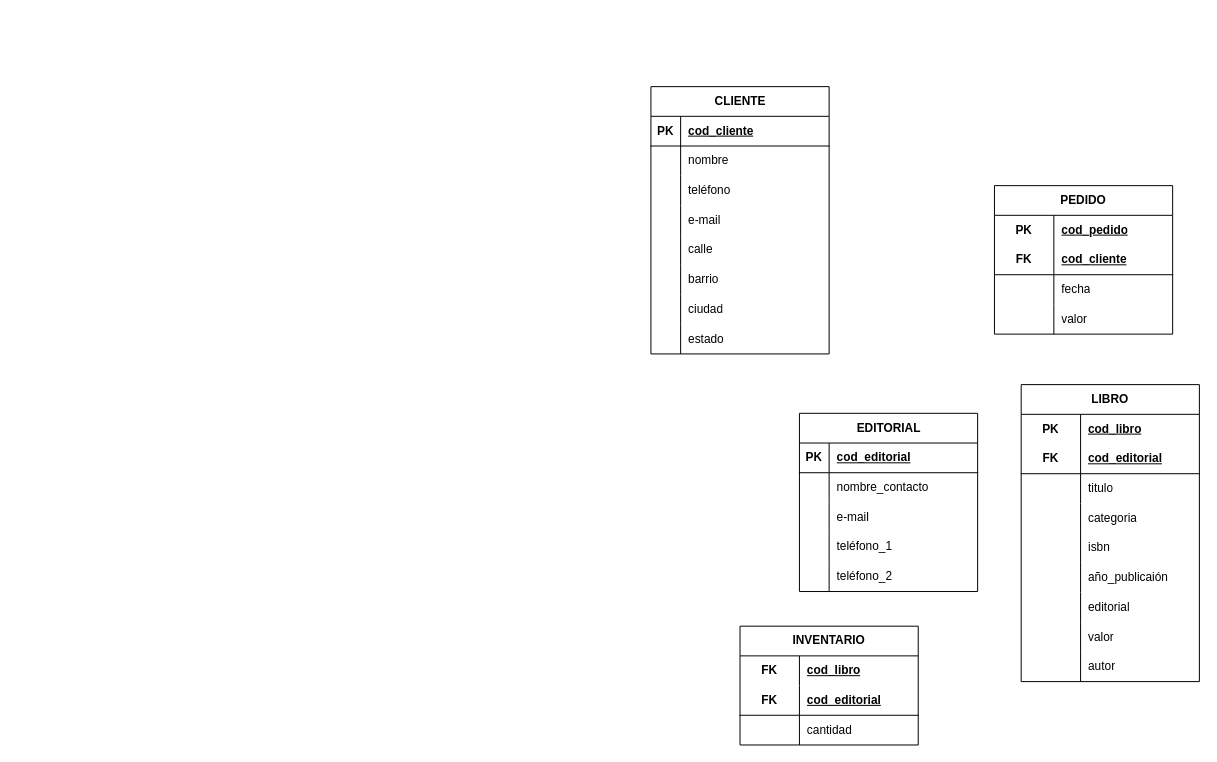
The draw.io diagram modelo_lógico.drawio in valerojuan18/pythonForDataScience, before the edit. Source tidied: cells renumbered, new cells numbered last; positions are measured from the earlier drawing's top-left corner, leaving out a move shared by most shapes. Both pictures are drawn from the tidied source at 99%, with x=0, y=0 at pixel (650, 86).
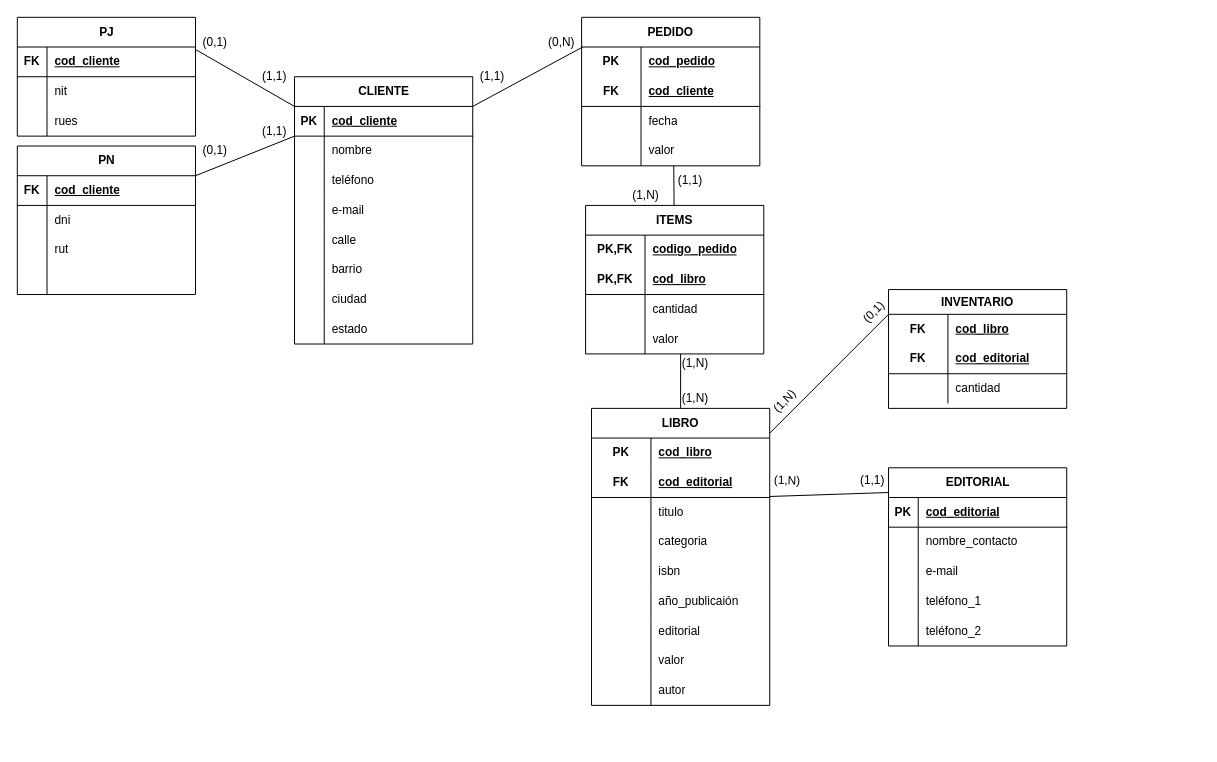
After the change.

The change refers to these unchanged cells:
```xml
<mxCell id="3" style="shape=tableRow;horizontal=0;startSize=0;swimlaneHead=0;swimlaneBody=0;fillColor=none;points=[[0,0.5],[1,0.5]];portConstraint=eastwest;top=0;left=0;right=0;bottom=1;" parent="2" vertex="1">
  <mxGeometry y="30" width="180" height="30" as="geometry" />
</mxCell>
<mxCell id="44" style="shape=tableRow;horizontal=0;startSize=0;swimlaneHead=0;swimlaneBody=0;fillColor=none;points=[[0,0.5],[1,0.5]];portConstraint=eastwest;top=0;left=0;right=0;bottom=0;html=1;" parent="43" vertex="1">
  <mxGeometry y="30" width="180" height="30" as="geometry" />
</mxCell>
<mxCell id="53" style="shape=tableRow;horizontal=0;startSize=0;swimlaneHead=0;swimlaneBody=0;fillColor=none;points=[[0,0.5],[1,0.5]];portConstraint=eastwest;top=0;left=0;right=0;bottom=0;html=1;" parent="43" vertex="1">
  <mxGeometry y="120" width="180" height="30" as="geometry" />
</mxCell>
```

Change to the diagram source:
```diff
@@
     <mxCell id="2" value="CLIENTE" style="shape=table;startSize=30;childLayout=tableLayout;rowLines=0;fontStyle=1;align=center;html=1;" parent="1" vertex="1">
-      <mxGeometry width="180" height="270" as="geometry" />
+      <mxGeometry x="-360" y="-10" width="180" height="270" as="geometry" />
     </mxCell>
@@
     <mxCell id="27" value="EDITORIAL" style="shape=table;startSize=30;childLayout=tableLayout;rowLines=0;fontStyle=1;align=center;html=1;" parent="1" vertex="1">
-      <mxGeometry x="150" y="330" width="180" height="180" as="geometry" />
+      <mxGeometry x="240" y="385" width="180" height="180" as="geometry" />
     </mxCell>
@@
     <mxCell id="43" value="PEDIDO" style="shape=table;startSize=30;childLayout=tableLayout;rowLines=0;fontStyle=1;align=center;html=1;whiteSpace=wrap;" parent="1" vertex="1">
-      <mxGeometry x="347" y="100" width="180" height="150" as="geometry" />
+      <mxGeometry x="-70" y="-70" width="180" height="150" as="geometry" />
     </mxCell>
@@
     <mxCell id="56" value="LIBRO" style="shape=table;startSize=30;childLayout=tableLayout;rowLines=0;fontStyle=1;align=center;html=1;whiteSpace=wrap;" parent="1" vertex="1">
-      <mxGeometry x="374" y="301" width="180" height="300" as="geometry" />
+      <mxGeometry x="-60" y="325" width="180" height="300" as="geometry" />
     </mxCell>
@@
-    <mxCell id="84" value="INVENTARIO" style="shape=table;startSize=30;childLayout=tableLayout;rowLines=0;fontStyle=1;align=center;html=1;whiteSpace=wrap;" parent="1" vertex="1">
-      <mxGeometry x="90" y="545" width="180" height="120" as="geometry" />
+    <mxCell id="84" value="INVENTARIO" style="shape=table;startSize=25;childLayout=tableLayout;rowLines=0;fontStyle=1;align=center;html=1;whiteSpace=wrap;" parent="1" vertex="1">
+      <mxGeometry x="240" y="205" width="180" height="120" as="geometry" />
     </mxCell>
     <mxCell id="85" style="shape=tableRow;horizontal=0;startSize=0;swimlaneHead=0;swimlaneBody=0;fillColor=none;points=[[0,0.5],[1,0.5]];portConstraint=eastwest;top=0;left=0;right=0;bottom=0;html=1;" parent="84" vertex="1">
-      <mxGeometry y="30" width="180" height="30" as="geometry" />
+      <mxGeometry y="25" width="180" height="30" as="geometry" />
     </mxCell>
@@
     <mxCell id="88" style="shape=tableRow;horizontal=0;startSize=0;swimlaneHead=0;swimlaneBody=0;fillColor=none;top=0;left=0;right=0;bottom=1;html=1;" parent="84" vertex="1">
-      <mxGeometry y="60" width="180" height="30" as="geometry" />
+      <mxGeometry y="55" width="180" height="30" as="geometry" />
     </mxCell>
@@
     <mxCell id="91" style="shape=tableRow;horizontal=0;startSize=0;swimlaneHead=0;swimlaneBody=0;fillColor=none;top=0;left=0;right=0;bottom=0;html=1;" parent="84" vertex="1">
-      <mxGeometry y="90" width="180" height="30" as="geometry" />
+      <mxGeometry y="85" width="180" height="30" as="geometry" />
     </mxCell>
@@
+    <mxCell id="94" value="ITEMS" style="shape=table;startSize=30;childLayout=tableLayout;rowLines=0;fontStyle=1;align=center;html=1;whiteSpace=wrap;" parent="1" vertex="1">
+      <mxGeometry x="-66" y="120" width="180" height="150" as="geometry" />
+    </mxCell>
+    <mxCell id="95" style="shape=tableRow;horizontal=0;startSize=0;swimlaneHead=0;swimlaneBody=0;fillColor=none;top=0;left=0;right=0;bottom=0;html=1;" parent="94" vertex="1">
+      <mxGeometry y="30" width="180" height="30" as="geometry" />
+    </mxCell>
+    <mxCell id="96" value="PK,FK" style="shape=partialRectangle;fillColor=none;top=0;left=0;bottom=0;right=0;fontStyle=1;overflow=hidden;html=1;whiteSpace=wrap;" parent="95" vertex="1">
+      <mxGeometry width="60" height="30" as="geometry" />
+    </mxCell>
+    <mxCell id="97" value="codigo_pedido" style="shape=partialRectangle;fillColor=none;top=0;left=0;bottom=0;right=0;align=left;spacingLeft=6;fontStyle=5;overflow=hidden;html=1;whiteSpace=wrap;" parent="95" vertex="1">
+      <mxGeometry x="60" width="120" height="30" as="geometry" />
+    </mxCell>
+    <mxCell id="98" style="shape=tableRow;horizontal=0;startSize=0;swimlaneHead=0;swimlaneBody=0;fillColor=none;top=0;left=0;right=0;bottom=1;html=1;" parent="94" vertex="1">
+      <mxGeometry y="60" width="180" height="30" as="geometry" />
+    </mxCell>
+    <mxCell id="99" value="PK,FK" style="shape=partialRectangle;fillColor=none;top=0;left=0;bottom=0;right=0;fontStyle=1;overflow=hidden;html=1;whiteSpace=wrap;" parent="98" vertex="1">
+      <mxGeometry width="60" height="30" as="geometry" />
+    </mxCell>
+    <mxCell id="100" value="cod_libro" style="shape=partialRectangle;fillColor=none;top=0;left=0;bottom=0;right=0;align=left;spacingLeft=6;fontStyle=5;overflow=hidden;html=1;whiteSpace=wrap;" parent="98" vertex="1">
+      <mxGeometry x="60" width="120" height="30" as="geometry" />
+    </mxCell>
+    <mxCell id="101" style="shape=tableRow;horizontal=0;startSize=0;swimlaneHead=0;swimlaneBody=0;fillColor=none;top=0;left=0;right=0;bottom=0;html=1;" parent="94" vertex="1">
+      <mxGeometry y="90" width="180" height="30" as="geometry" />
+    </mxCell>
+    <mxCell id="102" style="shape=partialRectangle;fillColor=none;top=0;left=0;bottom=0;right=0;overflow=hidden;html=1;whiteSpace=wrap;" parent="101" vertex="1">
+      <mxGeometry width="60" height="30" as="geometry" />
+    </mxCell>
+    <mxCell id="103" value="cantidad" style="shape=partialRectangle;fillColor=none;top=0;left=0;bottom=0;right=0;align=left;spacingLeft=6;overflow=hidden;html=1;whiteSpace=wrap;" parent="101" vertex="1">
+      <mxGeometry x="60" width="120" height="30" as="geometry" />
+    </mxCell>
+    <mxCell id="104" style="shape=tableRow;horizontal=0;startSize=0;swimlaneHead=0;swimlaneBody=0;fillColor=none;top=0;left=0;right=0;bottom=0;html=1;" parent="94" vertex="1">
+      <mxGeometry y="120" width="180" height="30" as="geometry" />
+    </mxCell>
+    <mxCell id="105" style="shape=partialRectangle;fillColor=none;top=0;left=0;bottom=0;right=0;overflow=hidden;html=1;whiteSpace=wrap;" parent="104" vertex="1">
+      <mxGeometry width="60" height="30" as="geometry" />
+    </mxCell>
+    <mxCell id="106" value="valor" style="shape=partialRectangle;fillColor=none;top=0;left=0;bottom=0;right=0;align=left;spacingLeft=6;overflow=hidden;html=1;whiteSpace=wrap;" parent="104" vertex="1">
+      <mxGeometry x="60" width="120" height="30" as="geometry" />
+    </mxCell>
+    <mxCell id="107" value="PN" style="shape=table;startSize=30;childLayout=tableLayout;rowLines=0;fontStyle=1;align=center;html=1;" parent="1" vertex="1">
+      <mxGeometry x="-640" y="60" width="180" height="150" as="geometry" />
+    </mxCell>
+    <mxCell id="108" style="shape=tableRow;horizontal=0;startSize=0;swimlaneHead=0;swimlaneBody=0;fillColor=none;top=0;left=0;right=0;bottom=1;" parent="107" vertex="1">
+      <mxGeometry y="30" width="180" height="30" as="geometry" />
+    </mxCell>
+    <mxCell id="109" value="FK" style="shape=partialRectangle;fillColor=none;top=0;left=0;bottom=0;right=0;fontStyle=1;overflow=hidden;whiteSpace=wrap;html=1;" parent="108" vertex="1">
+      <mxGeometry width="30" height="30" as="geometry" />
+    </mxCell>
+    <mxCell id="110" value="cod_cliente" style="shape=partialRectangle;fillColor=none;top=0;left=0;bottom=0;right=0;align=left;spacingLeft=6;fontStyle=5;overflow=hidden;whiteSpace=wrap;html=1;" parent="108" vertex="1">
+      <mxGeometry x="30" width="150" height="30" as="geometry" />
+    </mxCell>
+    <mxCell id="111" style="shape=tableRow;horizontal=0;startSize=0;swimlaneHead=0;swimlaneBody=0;fillColor=none;top=0;left=0;right=0;bottom=0;" parent="107" vertex="1">
+      <mxGeometry y="60" width="180" height="30" as="geometry" />
+    </mxCell>
+    <mxCell id="112" style="shape=partialRectangle;fillColor=none;top=0;left=0;bottom=0;right=0;overflow=hidden;whiteSpace=wrap;html=1;" parent="111" vertex="1">
+      <mxGeometry width="30" height="30" as="geometry" />
+    </mxCell>
+    <mxCell id="113" value="dni" style="shape=partialRectangle;fillColor=none;top=0;left=0;bottom=0;right=0;align=left;spacingLeft=6;overflow=hidden;whiteSpace=wrap;html=1;" parent="111" vertex="1">
+      <mxGeometry x="30" width="150" height="30" as="geometry" />
+    </mxCell>
+    <mxCell id="114" style="shape=tableRow;horizontal=0;startSize=0;swimlaneHead=0;swimlaneBody=0;fillColor=none;top=0;left=0;right=0;bottom=0;" parent="107" vertex="1">
+      <mxGeometry y="90" width="180" height="30" as="geometry" />
+    </mxCell>
+    <mxCell id="115" style="shape=partialRectangle;fillColor=none;top=0;left=0;bottom=0;right=0;overflow=hidden;whiteSpace=wrap;html=1;" parent="114" vertex="1">
+      <mxGeometry width="30" height="30" as="geometry" />
+    </mxCell>
+    <mxCell id="116" value="rut" style="shape=partialRectangle;fillColor=none;top=0;left=0;bottom=0;right=0;align=left;spacingLeft=6;overflow=hidden;whiteSpace=wrap;html=1;" parent="114" vertex="1">
+      <mxGeometry x="30" width="150" height="30" as="geometry" />
+    </mxCell>
+    <mxCell id="117" style="shape=tableRow;horizontal=0;startSize=0;swimlaneHead=0;swimlaneBody=0;fillColor=none;top=0;left=0;right=0;bottom=0;" parent="107" vertex="1">
+      <mxGeometry y="120" width="180" height="30" as="geometry" />
+    </mxCell>
+    <mxCell id="118" style="shape=partialRectangle;fillColor=none;top=0;left=0;bottom=0;right=0;overflow=hidden;whiteSpace=wrap;html=1;" parent="117" vertex="1">
+      <mxGeometry width="30" height="30" as="geometry" />
+    </mxCell>
+    <mxCell id="119" style="shape=partialRectangle;fillColor=none;top=0;left=0;bottom=0;right=0;align=left;spacingLeft=6;overflow=hidden;whiteSpace=wrap;html=1;" parent="117" vertex="1">
+      <mxGeometry x="30" width="150" height="30" as="geometry" />
+    </mxCell>
+    <mxCell id="120" value="PJ" style="shape=table;startSize=30;childLayout=tableLayout;rowLines=0;fontStyle=1;align=center;html=1;" parent="1" vertex="1">
+      <mxGeometry x="-640" y="-70" width="180" height="120" as="geometry" />
+    </mxCell>
+    <mxCell id="121" style="shape=tableRow;horizontal=0;startSize=0;swimlaneHead=0;swimlaneBody=0;fillColor=none;top=0;left=0;right=0;bottom=1;" parent="120" vertex="1">
+      <mxGeometry y="30" width="180" height="30" as="geometry" />
+    </mxCell>
+    <mxCell id="122" value="FK" style="shape=partialRectangle;fillColor=none;top=0;left=0;bottom=0;right=0;fontStyle=1;overflow=hidden;whiteSpace=wrap;html=1;" parent="121" vertex="1">
+      <mxGeometry width="30" height="30" as="geometry" />
+    </mxCell>
+    <mxCell id="123" value="cod_cliente" style="shape=partialRectangle;fillColor=none;top=0;left=0;bottom=0;right=0;align=left;spacingLeft=6;fontStyle=5;overflow=hidden;whiteSpace=wrap;html=1;" parent="121" vertex="1">
+      <mxGeometry x="30" width="150" height="30" as="geometry" />
+    </mxCell>
+    <mxCell id="124" style="shape=tableRow;horizontal=0;startSize=0;swimlaneHead=0;swimlaneBody=0;fillColor=none;top=0;left=0;right=0;bottom=0;" parent="120" vertex="1">
+      <mxGeometry y="60" width="180" height="30" as="geometry" />
+    </mxCell>
+    <mxCell id="125" style="shape=partialRectangle;fillColor=none;top=0;left=0;bottom=0;right=0;overflow=hidden;whiteSpace=wrap;html=1;" parent="124" vertex="1">
+      <mxGeometry width="30" height="30" as="geometry" />
+    </mxCell>
+    <mxCell id="126" value="nit" style="shape=partialRectangle;fillColor=none;top=0;left=0;bottom=0;right=0;align=left;spacingLeft=6;overflow=hidden;whiteSpace=wrap;html=1;" parent="124" vertex="1">
+      <mxGeometry x="30" width="150" height="30" as="geometry" />
+    </mxCell>
+    <mxCell id="127" style="shape=tableRow;horizontal=0;startSize=0;swimlaneHead=0;swimlaneBody=0;fillColor=none;top=0;left=0;right=0;bottom=0;" parent="120" vertex="1">
+      <mxGeometry y="90" width="180" height="30" as="geometry" />
+    </mxCell>
+    <mxCell id="128" style="shape=partialRectangle;fillColor=none;top=0;left=0;bottom=0;right=0;overflow=hidden;whiteSpace=wrap;html=1;" parent="127" vertex="1">
+      <mxGeometry width="30" height="30" as="geometry" />
+    </mxCell>
+    <mxCell id="129" value="rues" style="shape=partialRectangle;fillColor=none;top=0;left=0;bottom=0;right=0;align=left;spacingLeft=6;overflow=hidden;whiteSpace=wrap;html=1;" parent="127" vertex="1">
+      <mxGeometry x="30" width="150" height="30" as="geometry" />
+    </mxCell>
+    <mxCell id="130" style="endArrow=none;html=1;rounded=0;exitX=1.006;exitY=0.133;exitDx=0;exitDy=0;exitPerimeter=0;" parent="1" edge="1">
+      <mxGeometry relative="1" as="geometry">
+        <mxPoint x="-460" y="-37.5" as="sourcePoint" />
+        <mxPoint x="-360" y="20" as="targetPoint" />
+      </mxGeometry>
+    </mxCell>
+    <mxCell id="131" style="endArrow=none;html=1;rounded=0;entryX=0;entryY=1;entryDx=0;entryDy=0;entryPerimeter=0;exitX=1.006;exitY=0.133;exitDx=0;exitDy=0;exitPerimeter=0;" parent="1" edge="1" target="3">
+      <mxGeometry relative="1" as="geometry">
+        <mxPoint x="-460" y="90" as="sourcePoint" />
+      </mxGeometry>
+    </mxCell>
+    <mxCell id="132" style="endArrow=none;html=1;rounded=0;entryX=0.006;entryY=0;entryDx=0;entryDy=0;entryPerimeter=0;" parent="1" edge="1" target="44">
+      <mxGeometry relative="1" as="geometry">
+        <mxPoint x="-180" y="20" as="sourcePoint" />
+      </mxGeometry>
+    </mxCell>
+    <mxCell id="133" style="endArrow=none;html=1;rounded=0;exitX=0.517;exitY=1;exitDx=0;exitDy=0;exitPerimeter=0;" parent="1" edge="1" source="53" target="94">
+      <mxGeometry relative="1" as="geometry" />
+    </mxCell>
+    <mxCell id="134" style="endArrow=none;html=1;rounded=0;entryX=0.5;entryY=0;entryDx=0;entryDy=0;" parent="1" edge="1" target="56">
+      <mxGeometry relative="1" as="geometry">
+        <mxPoint x="30" y="270" as="sourcePoint" />
+      </mxGeometry>
+    </mxCell>
+    <mxCell id="135" style="endArrow=none;html=1;rounded=0;entryX=0;entryY=0;entryDx=0;entryDy=0;entryPerimeter=0;" parent="1" edge="1" target="85">
+      <mxGeometry relative="1" as="geometry">
+        <mxPoint x="120" y="350" as="sourcePoint" />
+      </mxGeometry>
+    </mxCell>
+    <mxCell id="136" style="endArrow=none;html=1;rounded=0;" parent="1" edge="1">
+      <mxGeometry relative="1" as="geometry">
+        <mxPoint x="120" y="414" as="sourcePoint" />
+        <mxPoint x="240" y="410" as="targetPoint" />
+      </mxGeometry>
+    </mxCell>
+    <mxCell id="137" value="(0,1)" style="text;html=1;align=center;verticalAlign=middle;whiteSpace=wrap;rounded=0;" parent="1" vertex="1">
+      <mxGeometry x="-470" y="-60" width="60" height="30" as="geometry" />
+    </mxCell>
+    <mxCell id="138" value="(0,1)" style="text;html=1;align=center;verticalAlign=middle;whiteSpace=wrap;rounded=0;" parent="1" vertex="1">
+      <mxGeometry x="-470" y="50" width="60" height="30" as="geometry" />
+    </mxCell>
+    <mxCell id="139" value="(1,1)" style="text;html=1;align=center;verticalAlign=middle;whiteSpace=wrap;rounded=0;" parent="1" vertex="1">
+      <mxGeometry x="-410" y="-25" width="60" height="30" as="geometry" />
+    </mxCell>
+    <mxCell id="140" value="(1,1)" style="text;html=1;align=center;verticalAlign=middle;whiteSpace=wrap;rounded=0;" parent="1" vertex="1">
+      <mxGeometry x="-410" y="30" width="60" height="30" as="geometry" />
+    </mxCell>
+    <mxCell id="141" value="(1,1)" style="text;html=1;align=center;verticalAlign=middle;whiteSpace=wrap;rounded=0;" parent="1" vertex="1">
+      <mxGeometry x="-190" y="-25" width="60" height="30" as="geometry" />
+    </mxCell>
+    <mxCell id="142" value="(0,N)" style="text;html=1;align=center;verticalAlign=middle;whiteSpace=wrap;rounded=0;" parent="1" vertex="1">
+      <mxGeometry x="-120" y="-60" width="60" height="30" as="geometry" />
+    </mxCell>
+    <mxCell id="143" value="(1,1)" style="text;html=1;align=center;verticalAlign=middle;whiteSpace=wrap;rounded=0;" parent="1" vertex="1">
+      <mxGeometry x="10" y="80" width="60" height="30" as="geometry" />
+    </mxCell>
+    <mxCell id="144" value="(1,N)" style="text;html=1;align=center;verticalAlign=middle;whiteSpace=wrap;rounded=0;" parent="1" vertex="1">
+      <mxGeometry x="-30" y="100" width="50" height="20" as="geometry" />
+    </mxCell>
+    <mxCell id="145" value="(1,N)" style="text;html=1;align=center;verticalAlign=middle;whiteSpace=wrap;rounded=0;" parent="1" vertex="1">
+      <mxGeometry x="20" y="270" width="50" height="20" as="geometry" />
+    </mxCell>
+    <mxCell id="146" value="(1,N)" style="text;html=1;align=center;verticalAlign=middle;whiteSpace=wrap;rounded=0;" parent="1" vertex="1">
+      <mxGeometry x="20" y="305" width="50" height="20" as="geometry" />
+    </mxCell>
+    <mxCell id="147" value="(1,N)" style="text;html=1;align=center;verticalAlign=middle;whiteSpace=wrap;rounded=0;rotation=-45;" parent="1" vertex="1">
+      <mxGeometry x="110" y="310" width="50" height="15" as="geometry" />
+    </mxCell>
+    <mxCell id="148" value="(0,1)" style="text;html=1;align=center;verticalAlign=middle;whiteSpace=wrap;rounded=0;rotation=-45;" parent="1" vertex="1">
+      <mxGeometry x="200" y="220" width="50" height="15" as="geometry" />
+    </mxCell>
+    <mxCell id="149" value="(1,N)" style="text;html=1;align=center;verticalAlign=middle;whiteSpace=wrap;rounded=0;rotation=2;" parent="1" vertex="1">
+      <mxGeometry x="118" y="390" width="40" height="15" as="geometry" />
+    </mxCell>
+    <mxCell id="150" value="(1,1)" style="text;html=1;align=center;verticalAlign=middle;whiteSpace=wrap;rounded=0;rotation=0;" parent="1" vertex="1">
+      <mxGeometry x="199" y="390" width="50" height="15" as="geometry" />
+    </mxCell>
```
